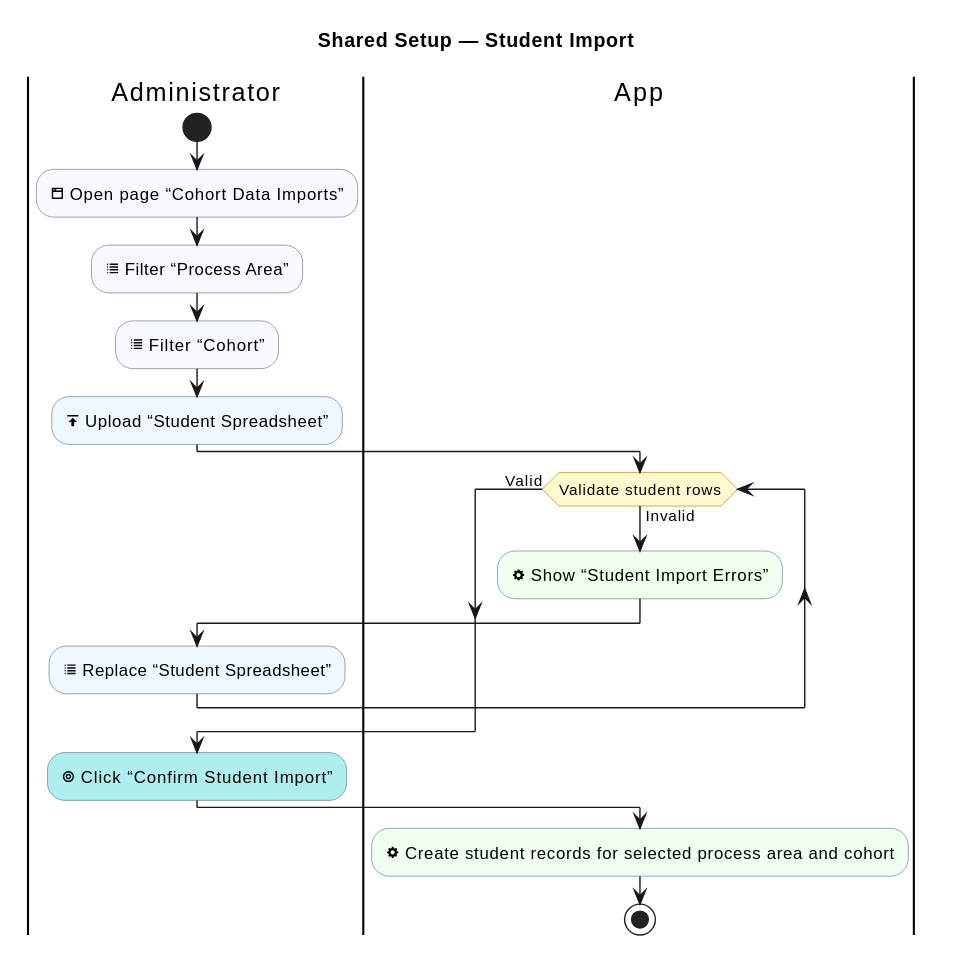
Earlier version of the PlantUML export industrial-placement-group-project/diagrams/shared-setup/student-import.svg (sdflkjssl/sdflkjssl.github.io).
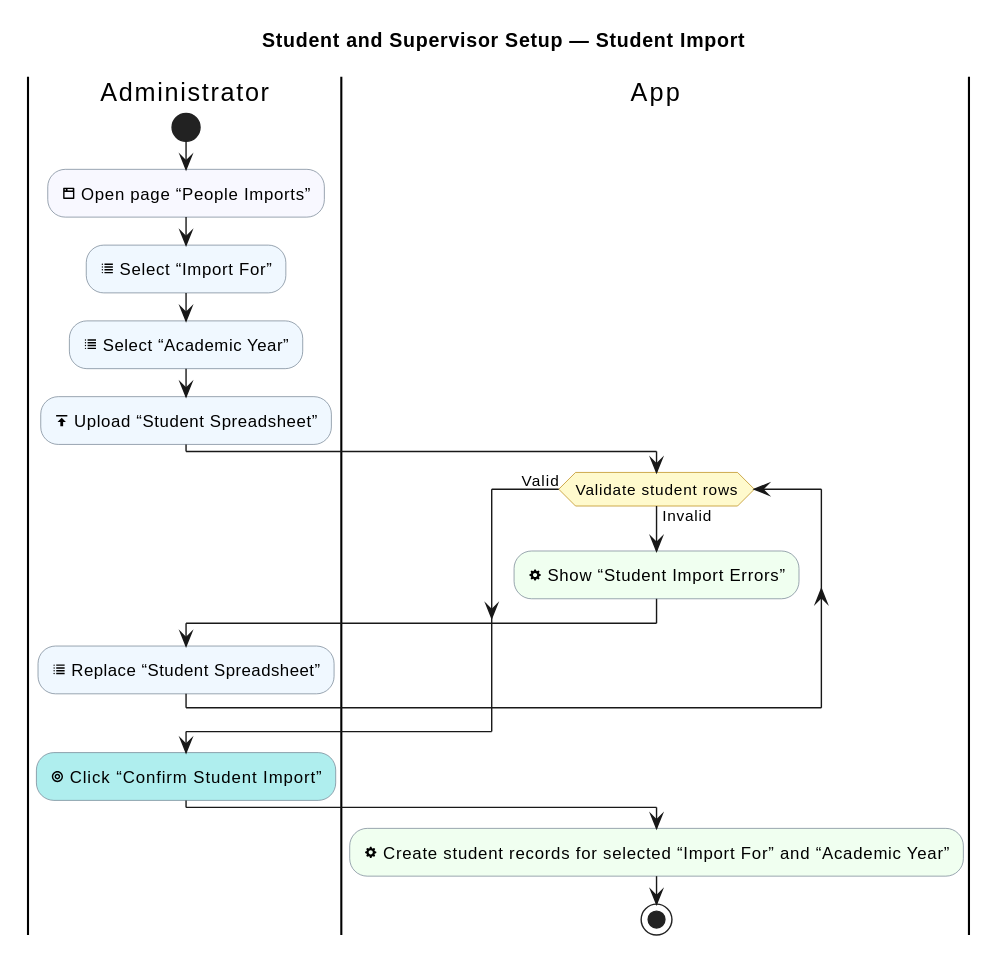
Above is the later version.

Diff of the diagram source:
```diff
@@ -1,6 +1,6 @@
 @startuml
 !pragma layout smetana
-title Shared Setup — Student Import
+title Student and Supervisor Setup — Student Import
 skinparam shadowing false
 skinparam activityBackgroundColor GhostWhite
 skinparam activityBorderColor SlateGray
@@ -12,9 +12,9 @@
 
 |Administrator|
 start
-:<&browser> Open page “Cohort Data Imports”; <<#GhostWhite>>
-:<&list> Filter “Process Area”; <<#GhostWhite>>
-:<&list> Filter “Cohort”; <<#GhostWhite>>
+:<&browser> Open page “People Imports”; <<#GhostWhite>>
+:<&list> Select “Import For”; <<#AliceBlue>>
+:<&list> Select “Academic Year”; <<#AliceBlue>>
 :<&data-transfer-upload> Upload “Student Spreadsheet”; <<#AliceBlue>>
 
 |App|
@@ -28,6 +28,6 @@
 |Administrator|
 :<&target> Click “Confirm Student Import”; <<#PaleTurquoise>>
 |App|
-:<&cog> Create student records for selected process area and cohort; <<#HoneyDew>>
+:<&cog> Create student records for selected “Import For” and “Academic Year”; <<#HoneyDew>>
 stop
 @enduml
```
